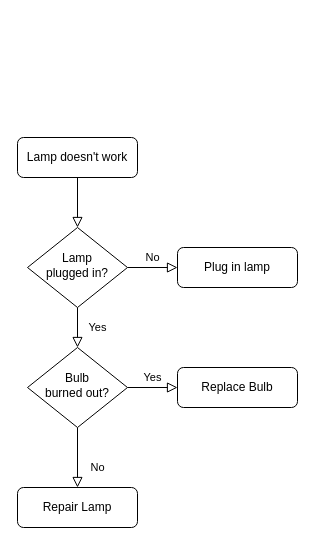
The draw.io diagram 未命名绘图.drawio in dva9999/MS, before the edit. Source tidied: cells renumbered, new cells numbered last; positions are measured from the earlier drawing's top-left corner, leaving out a move shared by most shapes. Both pictures are drawn from the tidied source at 100%, with x=0, y=0 at pixel (17, 137).
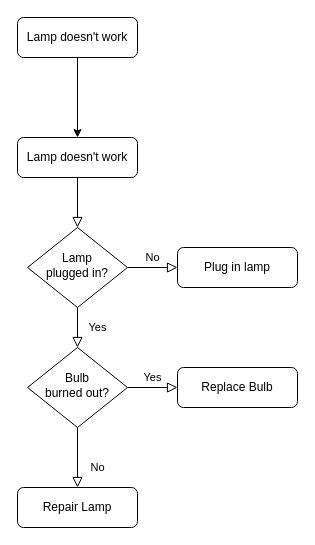
The same page after the edit.

Commit message:
更新未命名绘图.drawio

The edit, as a diff of the source:
```diff
@@
 <mxGraphModel>
   <root>
     <mxCell id="0" />
     <mxCell id="1" parent="0" />
     <mxCell id="2" style="rounded=0;html=1;jettySize=auto;fontSize=11;endArrow=block;endFill=0;endSize=8;strokeWidth=1;shadow=0;labelBackgroundColor=none;edgeStyle=orthogonalEdgeStyle;" parent="1" edge="1" source="3" target="6">
       <mxGeometry relative="1" as="geometry" />
     </mxCell>
+    <mxCell id="13" style="edgeStyle=orthogonalEdgeStyle;rounded=0;jettySize=auto;html=1;startArrow=classic;startFill=1;endArrow=none;endFill=0;" parent="1" edge="1" source="3" target="14">
+      <mxGeometry relative="1" as="geometry" />
+    </mxCell>
     <mxCell id="3" value="Lamp doesn't work" style="rounded=1;whiteSpace=wrap;html=1;fontSize=12;glass=0;strokeWidth=1;shadow=0;" parent="1" vertex="1">
       <mxGeometry width="120" height="40" as="geometry" />
     </mxCell>
     <mxCell id="4" value="Yes" style="rounded=0;html=1;jettySize=auto;fontSize=11;endArrow=block;endFill=0;endSize=8;strokeWidth=1;shadow=0;labelBackgroundColor=none;edgeStyle=orthogonalEdgeStyle;" parent="1" edge="1" source="6" target="10">
       <mxGeometry y="20" relative="1" as="geometry" />
     </mxCell>
     <mxCell id="5" value="No" style="edgeStyle=orthogonalEdgeStyle;rounded=0;html=1;jettySize=auto;fontSize=11;endArrow=block;endFill=0;endSize=8;strokeWidth=1;shadow=0;labelBackgroundColor=none;" parent="1" edge="1" source="6" target="7">
       <mxGeometry y="10" relative="1" as="geometry" />
     </mxCell>
     <mxCell id="6" value="Lamp&lt;br&gt;plugged in?" style="rhombus;whiteSpace=wrap;html=1;shadow=0;fontFamily=Helvetica;fontSize=12;align=center;strokeWidth=1;spacing=6;spacingTop=-4;" parent="1" vertex="1">
       <mxGeometry x="10" y="90" width="100" height="80" as="geometry" />
     </mxCell>
     <mxCell id="7" value="Plug in lamp" style="rounded=1;whiteSpace=wrap;html=1;fontSize=12;glass=0;strokeWidth=1;shadow=0;" parent="1" vertex="1">
       <mxGeometry x="160" y="110" width="120" height="40" as="geometry" />
     </mxCell>
     <mxCell id="8" value="No" style="rounded=0;html=1;jettySize=auto;fontSize=11;endArrow=block;endFill=0;endSize=8;strokeWidth=1;shadow=0;labelBackgroundColor=none;edgeStyle=orthogonalEdgeStyle;" parent="1" edge="1" source="10" target="11">
       <mxGeometry x="0.33" y="20" relative="1" as="geometry" />
     </mxCell>
     <mxCell id="9" value="Yes" style="edgeStyle=orthogonalEdgeStyle;rounded=0;html=1;jettySize=auto;fontSize=11;endArrow=block;endFill=0;endSize=8;strokeWidth=1;shadow=0;labelBackgroundColor=none;" parent="1" edge="1" source="10" target="12">
       <mxGeometry y="10" relative="1" as="geometry" />
     </mxCell>
     <mxCell id="10" value="Bulb&lt;br&gt;burned out?" style="rhombus;whiteSpace=wrap;html=1;shadow=0;fontFamily=Helvetica;fontSize=12;align=center;strokeWidth=1;spacing=6;spacingTop=-4;" parent="1" vertex="1">
       <mxGeometry x="10" y="210" width="100" height="80" as="geometry" />
     </mxCell>
     <mxCell id="11" value="Repair Lamp" style="rounded=1;whiteSpace=wrap;html=1;fontSize=12;glass=0;strokeWidth=1;shadow=0;" parent="1" vertex="1">
       <mxGeometry y="350" width="120" height="40" as="geometry" />
     </mxCell>
     <mxCell id="12" value="Replace Bulb" style="rounded=1;whiteSpace=wrap;html=1;fontSize=12;glass=0;strokeWidth=1;shadow=0;" parent="1" vertex="1">
       <mxGeometry x="160" y="230" width="120" height="40" as="geometry" />
     </mxCell>
+    <mxCell id="14" value="Lamp doesn't work" style="rounded=1;whiteSpace=wrap;html=1;fontSize=12;glass=0;strokeWidth=1;shadow=0;" parent="1" vertex="1">
+      <mxGeometry y="-120" width="120" height="40" as="geometry" />
+    </mxCell>
   </root>
 </mxGraphModel>
```
